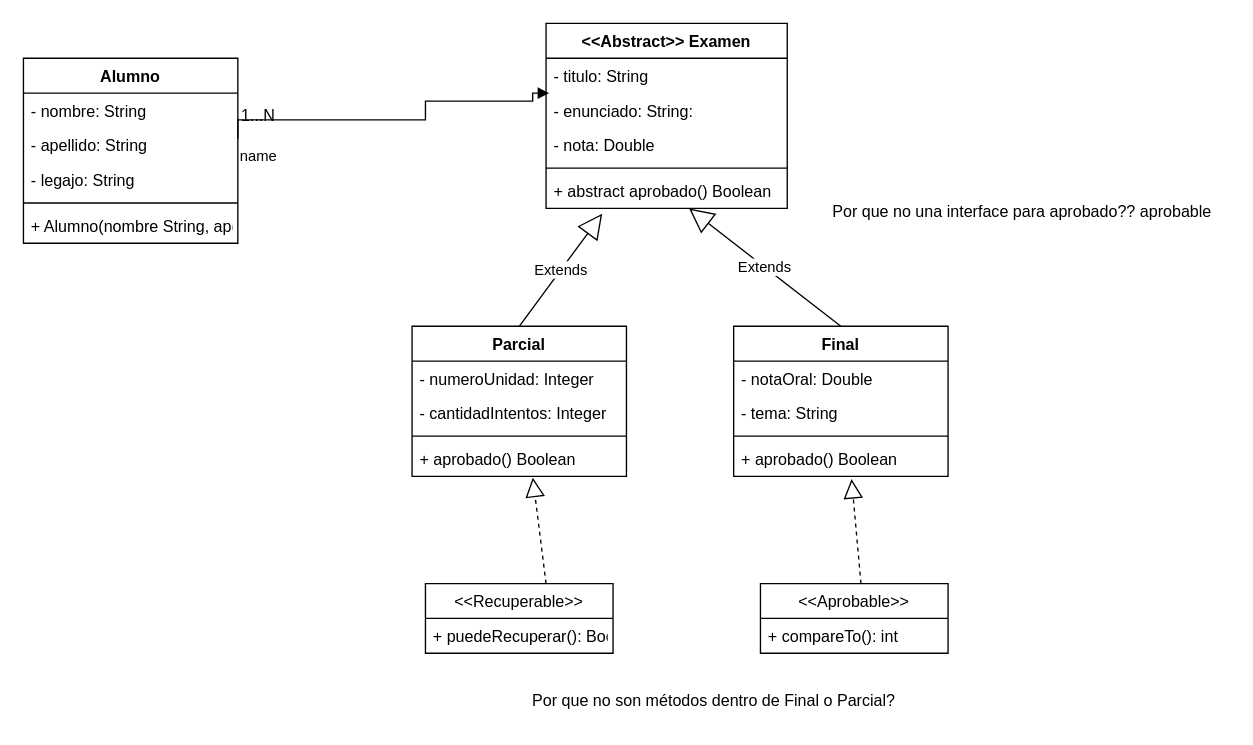
NachoMol/POO keeps this draw.io diagram as diagrama_clasePreParcial.drawio. Above is the earlier version. Source tidied: cells renumbered, new cells numbered last; positions are measured from the earlier drawing's top-left corner, leaving out a move shared by most shapes. Both pictures are drawn from the tidied source at 134%, with x=0, y=0 at pixel (23, 23).
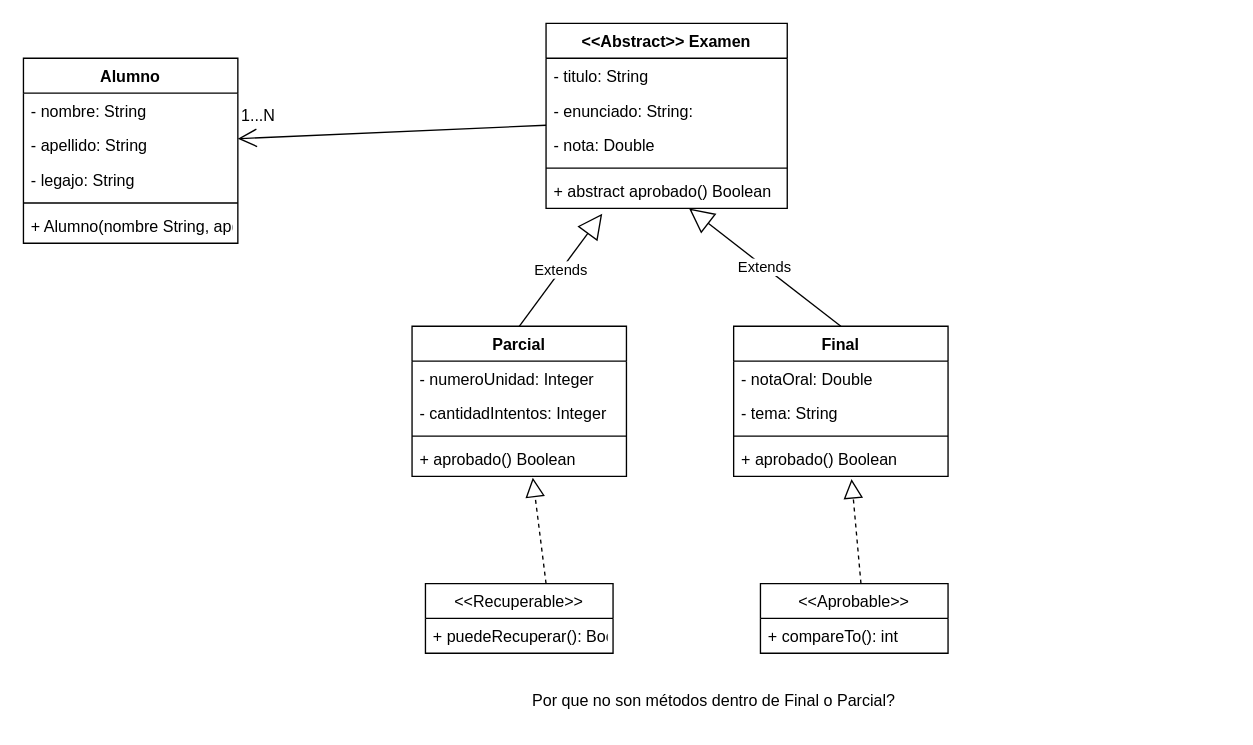
The same page after the edit.

Commit message:
corrigiendo asociación Examen -> Alumno

The change refers to these unchanged cells:
```xml
<mxCell id="8" value="&lt;&lt;Abstract&gt;&gt; Examen" style="swimlane;fontStyle=1;align=center;verticalAlign=top;horizontal=1;startSize=26;" parent="1" vertex="1">
  <mxGeometry x="390" width="180" height="138" as="geometry" />
</mxCell>
<mxCell id="9" value="- titulo: String" style="text;strokeColor=none;fillColor=none;align=left;verticalAlign=top;spacingLeft=4;spacingRight=4;overflow=hidden;points=[[0,0.5],[1,0.5]];portConstraint=eastwest;" parent="8" vertex="1">
  <mxGeometry y="26" width="180" height="26" as="geometry" />
</mxCell>
```

Change to the diagram source:
```diff
@@
+    <mxCell id="36" style="endArrow=open;endFill=1;endSize=12;html=1;rounded=0;" parent="8" edge="1">
+      <mxGeometry relative="1" as="geometry">
+        <mxPoint y="76" as="sourcePoint" />
+        <mxPoint x="-230" y="86" as="targetPoint" />
+      </mxGeometry>
+    </mxCell>
@@
-    <mxCell id="14" value="name" style="endArrow=block;endFill=1;html=1;edgeStyle=orthogonalEdgeStyle;align=left;verticalAlign=top;rounded=0;entryX=0.013;entryY=1;entryDx=0;entryDy=0;entryPerimeter=0;" parent="1" edge="1" target="9">
-      <mxGeometry x="-1" relative="1" as="geometry">
-        <mxPoint x="160" y="86" as="sourcePoint" />
-        <Array as="points">
-          <mxPoint x="160" y="72" />
-          <mxPoint x="300" y="72" />
-          <mxPoint x="300" y="58" />
-          <mxPoint x="380" y="58" />
-          <mxPoint x="380" y="52" />
-        </Array>
-      </mxGeometry>
-    </mxCell>
@@
-    <mxCell id="28" value="Por que no una interface para aprobado?? aprobable" style="text;html=1;align=center;verticalAlign=middle;strokeColor=none;fillColor=none;" parent="1" vertex="1">
-      <mxGeometry x="590" y="126" width="310" height="30" as="geometry" />
-    </mxCell>
```
